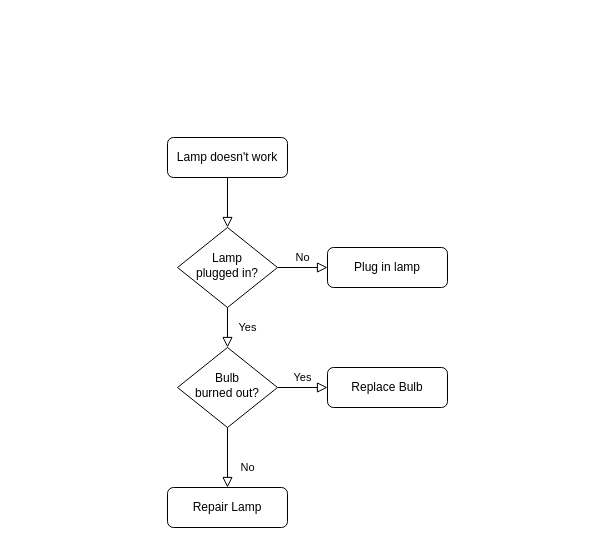
Above: Diagrama sem nome.drawio in Mateus-crio/tree (draw.io), before the change. Source tidied: cells renumbered, new cells numbered last; positions are measured from the earlier drawing's top-left corner, leaving out a move shared by most shapes. Both pictures are drawn from the tidied source at 100%, with x=0, y=0 at pixel (167, 137).
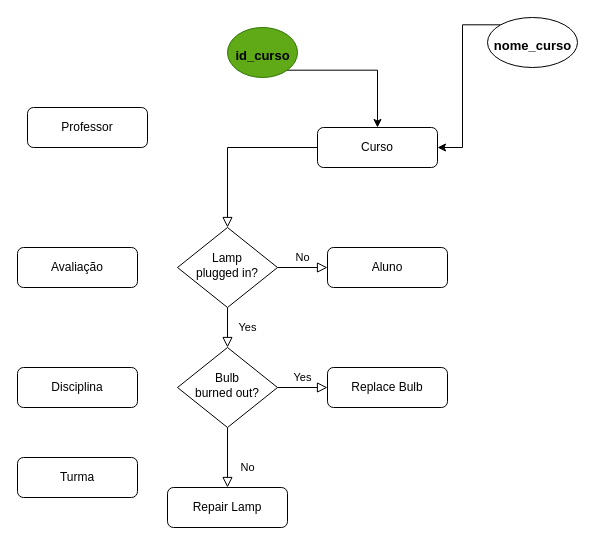
The same page after the edit.

The edit, as a diff of the source:
```diff
@@
-    <mxCell id="3" value="Lamp doesn't work" style="rounded=1;whiteSpace=wrap;html=1;fontSize=12;glass=0;strokeWidth=1;shadow=0;" parent="1" vertex="1">
-      <mxGeometry width="120" height="40" as="geometry" />
+    <mxCell id="3" value="Curso" style="rounded=1;whiteSpace=wrap;html=1;fontSize=12;glass=0;strokeWidth=1;shadow=0;" parent="1" vertex="1">
+      <mxGeometry x="150" y="-10" width="120" height="40" as="geometry" />
     </mxCell>
@@
-    <mxCell id="7" value="Plug in lamp" style="rounded=1;whiteSpace=wrap;html=1;fontSize=12;glass=0;strokeWidth=1;shadow=0;" parent="1" vertex="1">
+    <mxCell id="7" value="Aluno" style="rounded=1;whiteSpace=wrap;html=1;fontSize=12;glass=0;strokeWidth=1;shadow=0;" parent="1" vertex="1">
       <mxGeometry x="160" y="110" width="120" height="40" as="geometry" />
     </mxCell>
@@
+    <mxCell id="13" value="Avaliação" style="rounded=1;whiteSpace=wrap;html=1;fontSize=12;glass=0;strokeWidth=1;shadow=0;" parent="1" vertex="1">
+      <mxGeometry x="-150" y="110" width="120" height="40" as="geometry" />
+    </mxCell>
+    <mxCell id="14" value="Disciplina" style="rounded=1;whiteSpace=wrap;html=1;fontSize=12;glass=0;strokeWidth=1;shadow=0;" parent="1" vertex="1">
+      <mxGeometry x="-150" y="230" width="120" height="40" as="geometry" />
+    </mxCell>
+    <mxCell id="15" value="Turma" style="rounded=1;whiteSpace=wrap;html=1;fontSize=12;glass=0;strokeWidth=1;shadow=0;" parent="1" vertex="1">
+      <mxGeometry x="-150" y="320" width="120" height="40" as="geometry" />
+    </mxCell>
+    <mxCell id="16" value="Professor" style="rounded=1;whiteSpace=wrap;html=1;fontSize=12;glass=0;strokeWidth=1;shadow=0;" parent="1" vertex="1">
+      <mxGeometry x="-140" y="-30" width="120" height="40" as="geometry" />
+    </mxCell>
+    <mxCell id="17" style="edgeStyle=orthogonalEdgeStyle;rounded=0;jettySize=auto;html=1;exitX=0;exitY=1;exitDx=0;exitDy=0;entryX=0.5;entryY=0;entryDx=0;entryDy=0;" parent="1" edge="1" source="18" target="3">
+      <mxGeometry relative="1" as="geometry" />
+    </mxCell>
+    <mxCell id="18" style="ellipse;whiteSpace=wrap;html=1;fillColor=#60a917;strokeColor=#2D7600;fontColor=#ffffff;" parent="1" vertex="1">
+      <mxGeometry x="60" y="-110" width="70" height="50" as="geometry" />
+    </mxCell>
+    <mxCell id="19" value="&lt;font style=&quot;font-size: 13px;&quot;&gt;id_curso&lt;/font&gt;" style="text;strokeColor=none;fillColor=none;html=1;fontSize=24;fontStyle=1;verticalAlign=middle;align=center;" parent="1" vertex="1">
+      <mxGeometry x="60" y="-100" width="70" height="30" as="geometry" />
+    </mxCell>
+    <mxCell id="20" style="edgeStyle=orthogonalEdgeStyle;rounded=0;jettySize=auto;html=1;exitX=0;exitY=0;exitDx=0;exitDy=0;entryX=1;entryY=0.5;entryDx=0;entryDy=0;" parent="1" edge="1" source="21" target="3">
+      <mxGeometry relative="1" as="geometry" />
+    </mxCell>
+    <mxCell id="21" style="ellipse;whiteSpace=wrap;html=1;" parent="1" vertex="1">
+      <mxGeometry x="320" y="-120" width="90" height="50" as="geometry" />
+    </mxCell>
+    <mxCell id="22" value="&lt;font style=&quot;font-size: 13px;&quot;&gt;nome_curso&lt;/font&gt;" style="text;strokeColor=none;fillColor=none;html=1;fontSize=24;fontStyle=1;verticalAlign=middle;align=center;" parent="1" vertex="1">
+      <mxGeometry x="330" y="-110" width="70" height="30" as="geometry" />
+    </mxCell>
```
